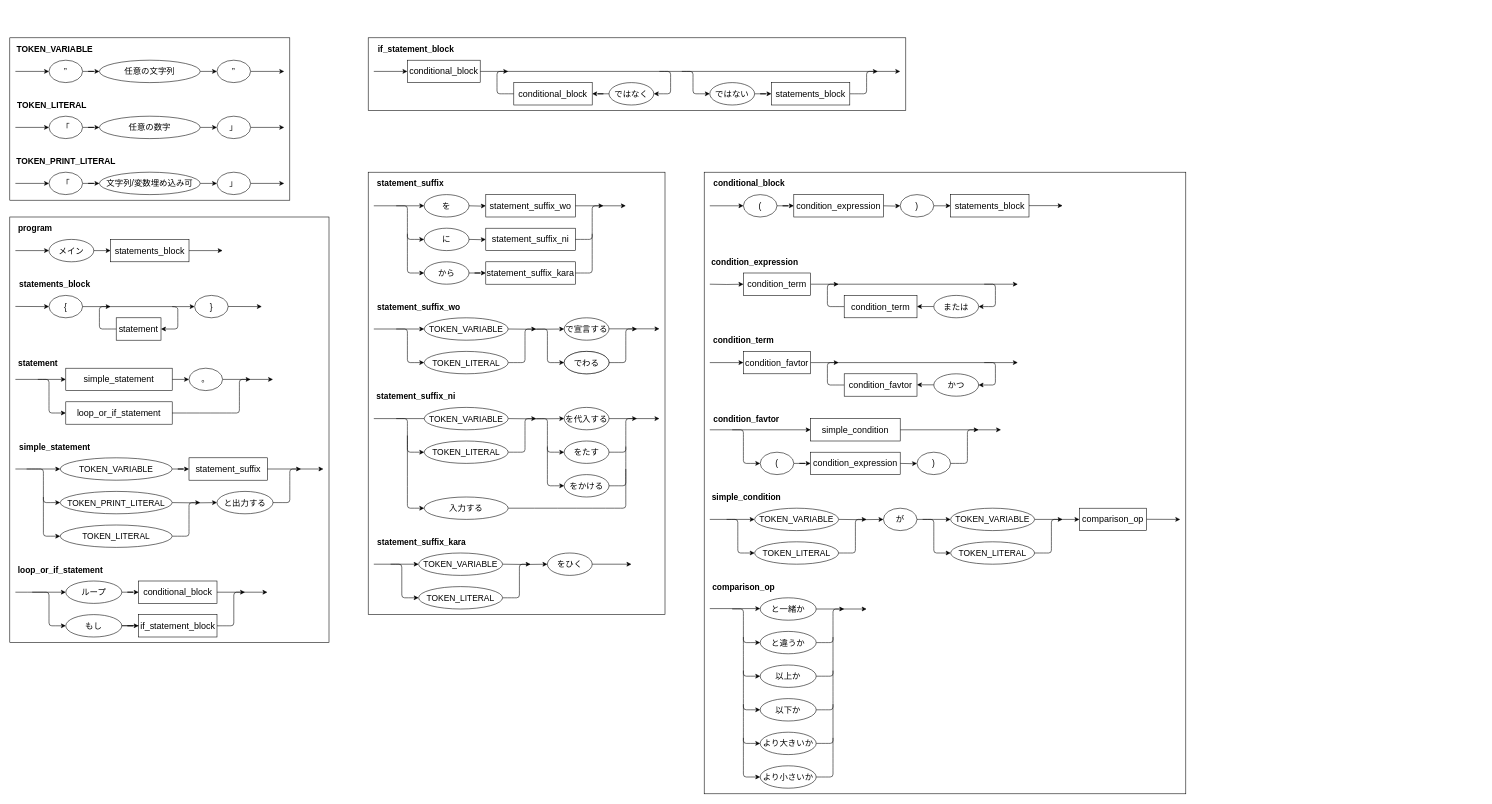
Before: docs/japanese_c_lang.drawio in NAoMi-1242/japanese_c_lang, a draw.io diagram. Source tidied: cells renumbered, new cells numbered last; positions are measured from the earlier drawing's top-left corner, leaving out a move shared by most shapes. Both pictures are drawn from the tidied source at 56%, with x=0, y=0 at pixel (10, 38).
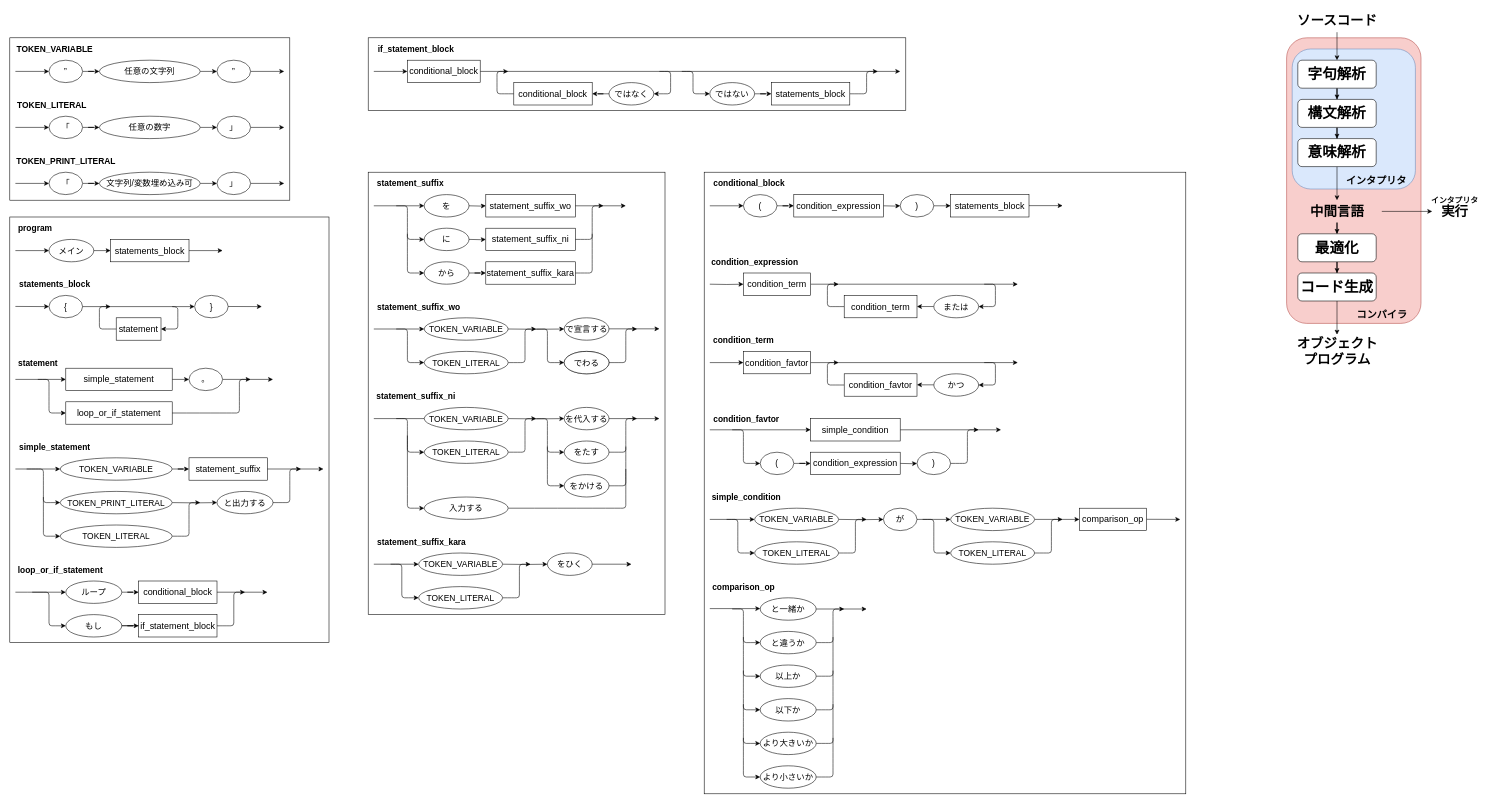
The same diagram, later.

Diff of the diagram source:
```diff
@@
+    <mxCell id="225" style="rounded=1;whiteSpace=wrap;html=1;fillColor=#f8cecc;strokeColor=#b85450;" parent="1" vertex="1">
+      <mxGeometry x="2280" width="240" height="510" as="geometry" />
+    </mxCell>
+    <mxCell id="226" style="rounded=1;whiteSpace=wrap;html=1;fillColor=#dae8fc;strokeColor=#6c8ebf;" parent="1" vertex="1">
+      <mxGeometry x="2290" y="20" width="220" height="250" as="geometry" />
+    </mxCell>
@@
+    <mxCell id="227" style="edgeStyle=orthogonalEdgeStyle;rounded=0;jettySize=auto;html=1;" parent="1" edge="1" source="228" target="234">
+      <mxGeometry relative="1" as="geometry" />
+    </mxCell>
+    <mxCell id="228" value="字句解析" style="rounded=1;whiteSpace=wrap;html=1;fontStyle=1;fontSize=26;" parent="1" vertex="1">
+      <mxGeometry x="2300" y="40" width="140" height="50" as="geometry" />
+    </mxCell>
+    <mxCell id="229" style="edgeStyle=orthogonalEdgeStyle;rounded=0;jettySize=auto;html=1;" parent="1" edge="1" source="230" target="228">
+      <mxGeometry relative="1" as="geometry" />
+    </mxCell>
+    <mxCell id="230" value="ソースコード" style="text;strokeColor=none;fillColor=none;html=1;fontSize=24;fontStyle=1;verticalAlign=middle;align=center;" parent="1" vertex="1">
+      <mxGeometry x="2290" y="-50" width="160" height="40" as="geometry" />
+    </mxCell>
+    <mxCell id="231" style="edgeStyle=orthogonalEdgeStyle;rounded=0;jettySize=auto;html=1;exitX=0.5;exitY=1;exitDx=0;exitDy=0;" parent="1" edge="1" source="232" target="236">
+      <mxGeometry relative="1" as="geometry" />
+    </mxCell>
+    <mxCell id="232" value="意味解析" style="rounded=1;whiteSpace=wrap;html=1;fontStyle=1;fontSize=26;" parent="1" vertex="1">
+      <mxGeometry x="2300" y="180" width="140" height="50" as="geometry" />
+    </mxCell>
+    <mxCell id="233" style="edgeStyle=orthogonalEdgeStyle;rounded=0;jettySize=auto;html=1;" parent="1" edge="1" source="234" target="232">
+      <mxGeometry relative="1" as="geometry" />
+    </mxCell>
+    <mxCell id="234" value="構文解析" style="rounded=1;whiteSpace=wrap;html=1;fontStyle=1;fontSize=26;" parent="1" vertex="1">
+      <mxGeometry x="2300" y="110" width="140" height="50" as="geometry" />
+    </mxCell>
+    <mxCell id="235" style="edgeStyle=orthogonalEdgeStyle;rounded=0;jettySize=auto;html=1;" parent="1" edge="1" source="236" target="240">
+      <mxGeometry relative="1" as="geometry" />
+    </mxCell>
+    <mxCell id="236" value="中間言語" style="text;strokeColor=none;fillColor=none;html=1;fontSize=24;fontStyle=1;verticalAlign=middle;align=center;" parent="1" vertex="1">
+      <mxGeometry x="2290" y="290" width="160" height="40" as="geometry" />
+    </mxCell>
+    <mxCell id="237" value="インタプリタ" style="text;strokeColor=none;fillColor=none;html=1;fontSize=14;fontStyle=1;verticalAlign=middle;align=center;" parent="1" vertex="1">
+      <mxGeometry x="2530" y="280" width="100" height="20" as="geometry" />
+    </mxCell>
+    <mxCell id="238" value="実行" style="text;strokeColor=none;fillColor=none;html=1;fontSize=24;fontStyle=1;verticalAlign=middle;align=center;" parent="1" vertex="1">
+      <mxGeometry x="2540" y="290" width="80" height="40" as="geometry" />
+    </mxCell>
+    <mxCell id="239" style="edgeStyle=orthogonalEdgeStyle;rounded=0;jettySize=auto;html=1;" parent="1" edge="1" source="240" target="242">
+      <mxGeometry relative="1" as="geometry" />
+    </mxCell>
+    <mxCell id="240" value="最適化" style="rounded=1;whiteSpace=wrap;html=1;fontStyle=1;fontSize=26;" parent="1" vertex="1">
+      <mxGeometry x="2300" y="350" width="140" height="50" as="geometry" />
+    </mxCell>
+    <mxCell id="241" style="edgeStyle=orthogonalEdgeStyle;rounded=0;jettySize=auto;html=1;" parent="1" edge="1" source="242" target="243">
+      <mxGeometry relative="1" as="geometry" />
+    </mxCell>
+    <mxCell id="242" value="コード生成" style="rounded=1;whiteSpace=wrap;html=1;fontStyle=1;fontSize=26;" parent="1" vertex="1">
+      <mxGeometry x="2300" y="420" width="140" height="50" as="geometry" />
+    </mxCell>
+    <mxCell id="243" value="&lt;div&gt;オブジェクト&lt;/div&gt;&lt;div&gt;プログラム&lt;/div&gt;" style="text;strokeColor=none;fillColor=none;html=1;fontSize=24;fontStyle=1;verticalAlign=middle;align=center;" parent="1" vertex="1">
+      <mxGeometry x="2290" y="530" width="160" height="60" as="geometry" />
+    </mxCell>
+    <mxCell id="244" value="インタプリタ" style="text;strokeColor=none;fillColor=none;html=1;fontSize=18;fontStyle=1;verticalAlign=middle;align=center;" parent="1" vertex="1">
+      <mxGeometry x="2380" y="240" width="120" height="30" as="geometry" />
+    </mxCell>
+    <mxCell id="245" value="コンパイラ" style="text;strokeColor=none;fillColor=none;html=1;fontSize=18;fontStyle=1;verticalAlign=middle;align=center;" parent="1" vertex="1">
+      <mxGeometry x="2400" y="480" width="100" height="30" as="geometry" />
+    </mxCell>
+    <mxCell id="246" style="endArrow=classic;html=1;rounded=0;exitX=1;exitY=0.5;exitDx=0;exitDy=0;entryX=0;entryY=0.5;entryDx=0;entryDy=0;" parent="1" edge="1" source="236" target="238">
+      <mxGeometry relative="1" as="geometry" />
+    </mxCell>
```
